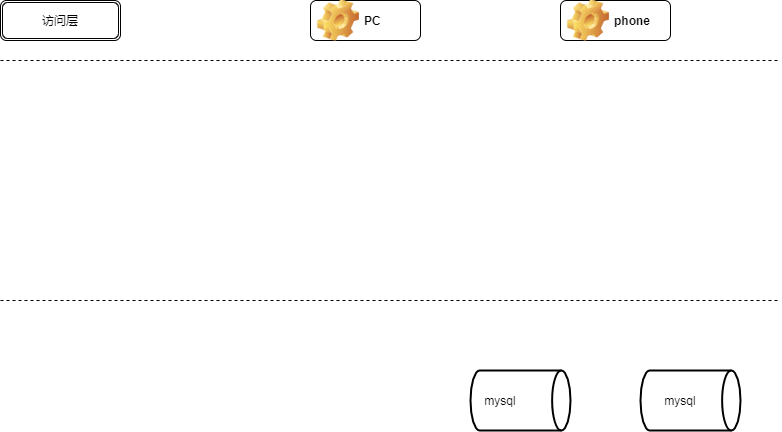
Before: BPM流程中心.png, a diagram exported from draw.io (daofuzhang/demo). Source tidied: cells renumbered, new cells last; positions are measured from the earlier drawing's top-left corner, leaving out a move shared by most shapes. The source it was exported from:
```xml
<mxGraphModel>
  <root>
    <mxCell id="0" />
    <mxCell id="1" parent="0" />
    <mxCell id="2" style="strokeWidth=2;html=1;shape=mxgraph.flowchart.direct_data;whiteSpace=wrap;" parent="1" vertex="1">
      <mxGeometry x="470" y="370" width="100" height="60" as="geometry" />
    </mxCell>
    <mxCell id="3" style="strokeWidth=2;html=1;shape=mxgraph.flowchart.direct_data;whiteSpace=wrap;" parent="1" vertex="1">
      <mxGeometry x="640" y="370" width="100" height="60" as="geometry" />
    </mxCell>
    <mxCell id="4" value="mysql" style="text;html=1;strokeColor=none;fillColor=none;align=center;verticalAlign=middle;whiteSpace=wrap;rounded=0;" parent="1" vertex="1">
      <mxGeometry x="480" y="390" width="40" height="20" as="geometry" />
    </mxCell>
    <mxCell id="5" value="mysql" style="text;html=1;strokeColor=none;fillColor=none;align=center;verticalAlign=middle;whiteSpace=wrap;rounded=0;" parent="1" vertex="1">
      <mxGeometry x="660" y="390" width="40" height="20" as="geometry" />
    </mxCell>
    <mxCell id="6" style="endArrow=none;dashed=1;html=1;" parent="1" edge="1">
      <mxGeometry relative="1" as="geometry">
        <mxPoint y="300" as="sourcePoint" />
        <mxPoint x="780" y="300" as="targetPoint" />
      </mxGeometry>
    </mxCell>
    <mxCell id="7" style="endArrow=none;dashed=1;html=1;" parent="1" edge="1">
      <mxGeometry relative="1" as="geometry">
        <mxPoint y="60" as="sourcePoint" />
        <mxPoint x="780" y="60" as="targetPoint" />
      </mxGeometry>
    </mxCell>
    <mxCell id="8" value="访问层" style="shape=ext;double=1;rounded=1;whiteSpace=wrap;html=1;" parent="1" vertex="1">
      <mxGeometry width="120" height="40" as="geometry" />
    </mxCell>
    <mxCell id="9" value="PC" style="label;whiteSpace=wrap;html=1;image=img/clipart/Gear_128x128.png;" parent="1" vertex="1">
      <mxGeometry x="310" width="110" height="40" as="geometry" />
    </mxCell>
    <mxCell id="10" value="phone" style="label;whiteSpace=wrap;html=1;image=img/clipart/Gear_128x128.png;" parent="1" vertex="1">
      <mxGeometry x="560" width="110" height="40" as="geometry" />
    </mxCell>
  </root>
</mxGraphModel>
```
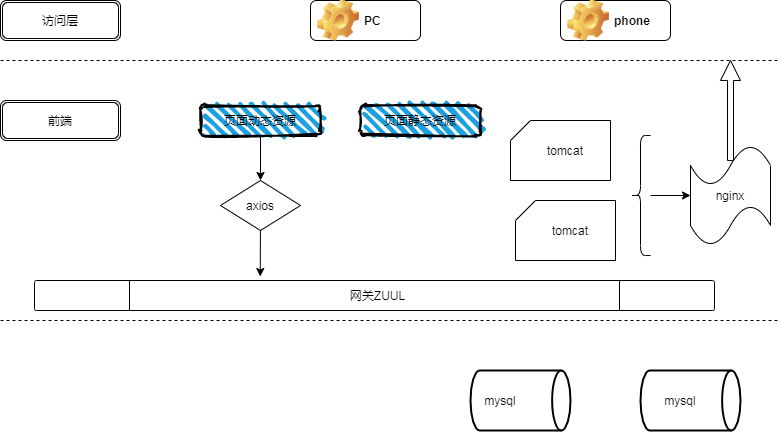
The same file after the commit.

The edit, as a diff of the source:
```diff
@@ -16,8 +16,8 @@
     </mxCell>
     <mxCell id="6" style="endArrow=none;dashed=1;html=1;" parent="1" edge="1">
       <mxGeometry relative="1" as="geometry">
-        <mxPoint y="300" as="sourcePoint" />
-        <mxPoint x="780" y="300" as="targetPoint" />
+        <mxPoint y="320" as="sourcePoint" />
+        <mxPoint x="780" y="320" as="targetPoint" />
       </mxGeometry>
     </mxCell>
     <mxCell id="7" style="endArrow=none;dashed=1;html=1;" parent="1" edge="1">
@@ -35,5 +35,53 @@
     <mxCell id="10" value="phone" style="label;whiteSpace=wrap;html=1;image=img/clipart/Gear_128x128.png;" parent="1" vertex="1">
       <mxGeometry x="560" width="110" height="40" as="geometry" />
     </mxCell>
+    <mxCell id="11" value="前端" style="shape=ext;double=1;rounded=1;whiteSpace=wrap;html=1;" parent="1" vertex="1">
+      <mxGeometry y="100" width="120" height="40" as="geometry" />
+    </mxCell>
+    <mxCell id="12" value="页面动态资源" style="rounded=1;whiteSpace=wrap;html=1;strokeWidth=2;fillWeight=4;hachureGap=8;hachureAngle=45;fillColor=#1ba1e2;sketch=1;" parent="1" vertex="1">
+      <mxGeometry x="200" y="105" width="120" height="30" as="geometry" />
+    </mxCell>
+    <mxCell id="13" style="verticalLabelPosition=bottom;verticalAlign=top;html=1;shape=process;whiteSpace=wrap;rounded=1;size=0.14;arcSize=6;" parent="1" vertex="1">
+      <mxGeometry x="34" y="280" width="680" height="30" as="geometry" />
+    </mxCell>
+    <mxCell id="14" value="网关ZUUL" style="text;html=1;strokeColor=none;fillColor=none;align=center;verticalAlign=middle;whiteSpace=wrap;rounded=0;" parent="1" vertex="1">
+      <mxGeometry x="335" y="285" width="85" height="20" as="geometry" />
+    </mxCell>
+    <mxCell id="15" value="页面静态资源" style="rounded=1;whiteSpace=wrap;html=1;strokeWidth=2;fillWeight=4;hachureGap=8;hachureAngle=45;fillColor=#1ba1e2;sketch=1;" parent="1" vertex="1">
+      <mxGeometry x="360" y="105" width="120" height="30" as="geometry" />
+    </mxCell>
+    <mxCell id="16" value="axios" style="rhombus;whiteSpace=wrap;html=1;" parent="1" vertex="1">
+      <mxGeometry x="220" y="180" width="80" height="50" as="geometry" />
+    </mxCell>
+    <mxCell id="17" style="endArrow=classic;html=1;" parent="1" edge="1" source="12" target="16">
+      <mxGeometry relative="1" as="geometry" />
+    </mxCell>
+    <mxCell id="18" style="endArrow=classic;html=1;entryX=0.332;entryY=-0.133;entryDx=0;entryDy=0;entryPerimeter=0;" parent="1" edge="1" source="16" target="13">
+      <mxGeometry relative="1" as="geometry" />
+    </mxCell>
+    <mxCell id="19" style="verticalLabelPosition=bottom;verticalAlign=top;html=1;shape=card;whiteSpace=wrap;size=20;arcSize=12;" parent="1" vertex="1">
+      <mxGeometry x="510" y="120" width="100" height="60" as="geometry" />
+    </mxCell>
+    <mxCell id="20" value="tomcat" style="text;html=1;strokeColor=none;fillColor=none;align=center;verticalAlign=middle;whiteSpace=wrap;rounded=0;" parent="1" vertex="1">
+      <mxGeometry x="545" y="140" width="40" height="20" as="geometry" />
+    </mxCell>
+    <mxCell id="21" style="verticalLabelPosition=bottom;verticalAlign=top;html=1;shape=card;whiteSpace=wrap;size=20;arcSize=12;" parent="1" vertex="1">
+      <mxGeometry x="515" y="200" width="100" height="60" as="geometry" />
+    </mxCell>
+    <mxCell id="22" value="tomcat" style="text;html=1;strokeColor=none;fillColor=none;align=center;verticalAlign=middle;whiteSpace=wrap;rounded=0;" parent="1" vertex="1">
+      <mxGeometry x="550" y="220" width="40" height="20" as="geometry" />
+    </mxCell>
+    <mxCell id="23" style="edgeStyle=orthogonalEdgeStyle;rounded=0;jettySize=auto;html=1;" parent="1" edge="1" source="24" target="25">
+      <mxGeometry relative="1" as="geometry" />
+    </mxCell>
+    <mxCell id="24" style="shape=curlyBracket;whiteSpace=wrap;html=1;rounded=1;" parent="1" vertex="1">
+      <mxGeometry x="630" y="135" width="20" height="120" as="geometry" />
+    </mxCell>
+    <mxCell id="25" value="nginx" style="shape=tape;whiteSpace=wrap;html=1;rounded=1;" parent="1" vertex="1">
+      <mxGeometry x="690" y="145" width="80" height="100" as="geometry" />
+    </mxCell>
+    <mxCell id="26" style="shape=singleArrow;direction=north;whiteSpace=wrap;html=1;" parent="1" vertex="1">
+      <mxGeometry x="720" y="60" width="20" height="100" as="geometry" />
+    </mxCell>
   </root>
 </mxGraphModel>
```
